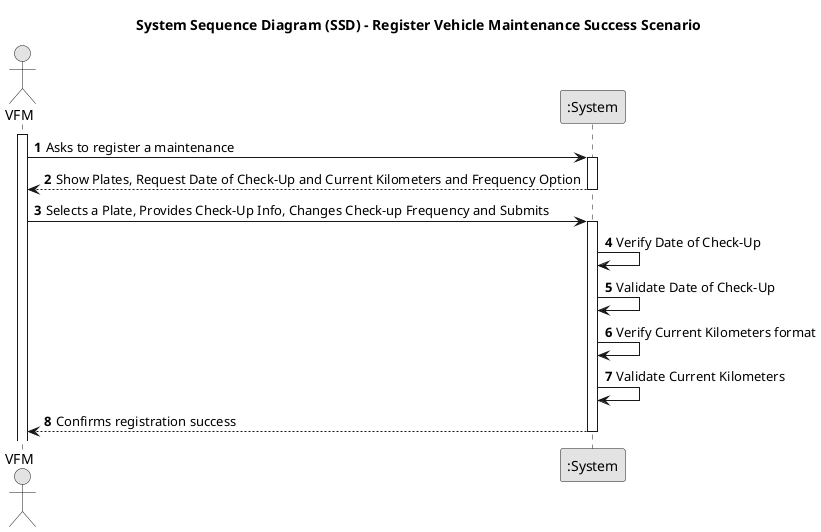
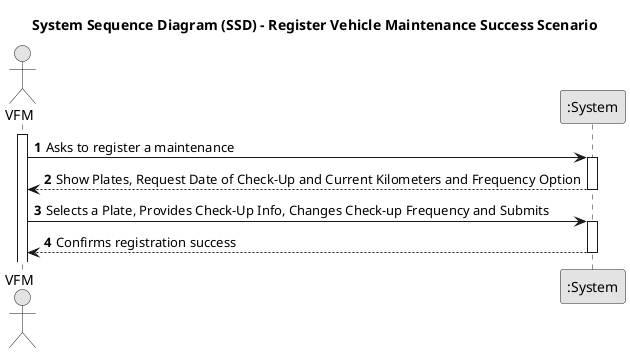
@startuml
skinparam monochrome true
skinparam packageStyle rectangle
skinparam shadowing false

title System Sequence Diagram (SSD) - Register Vehicle Maintenance Success Scenario

autonumber

actor "VFM" as FleetManager
participant ":System" as System

activate FleetManager

-     FleetManager -> System : Asks to register a maintenance
-     activate System
+ FleetManager -> System : Asks to register a maintenance
+ activate System

-     System --> FleetManager : Show Plates, Request Date of Check-Up and Current Kilometers and Frequency Option
-     deactivate System
+ System --> FleetManager : Show Plates, Request Date of Check-Up and Current Kilometers and Frequency Option
+ deactivate System

-     FleetManager -> System : Selects a Plate, Provides Check-Up Info, Changes Check-up Frequency and Submits
-     activate System
+ FleetManager -> System : Selects a Plate, Provides Check-Up Info, Changes Check-up Frequency and Submits
+ activate System

-         System -> System : Verify Date of Check-Up
-         System -> System : Validate Date of Check-Up
-         System -> System : Verify Current Kilometers format
-         System -> System : Validate Current Kilometers
- 
-         System --> FleetManager : Confirms registration success
-     deactivate System
+ System --> FleetManager : Confirms registration success
+ deactivate System

@enduml
